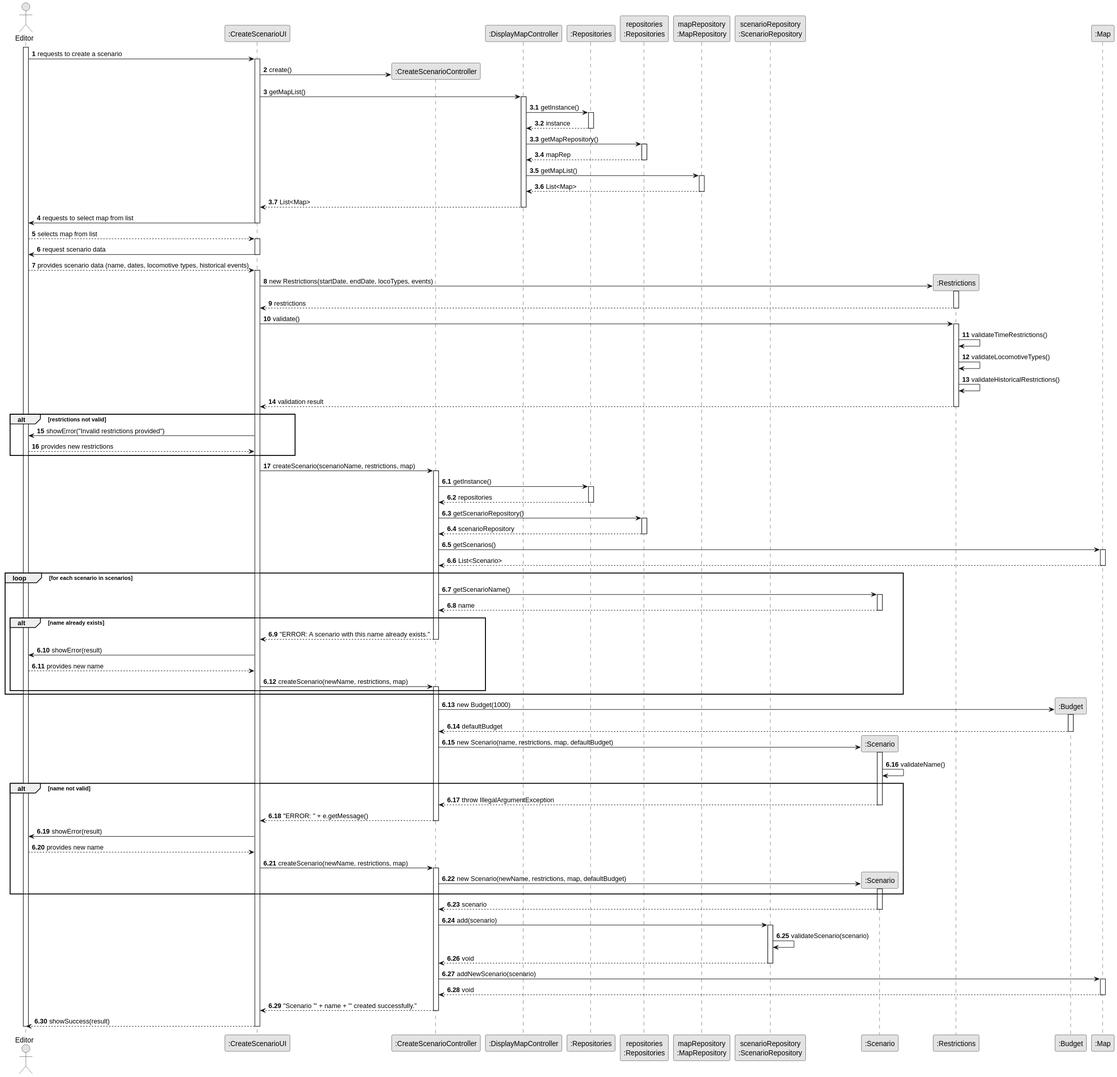
Earlier version of the PlantUML export docs/sprint3/us004/03.design/svg/us004-full-diagram.svg (ivasduarte/all-aboard). The source it was exported from:
```plantuml
@startuml
skinparam monochrome true
skinparam packageStyle rectangle
skinparam shadowing false

autonumber
actor "Editor" as Editor
participant ":CreateScenarioUI" as UI
participant ":CreateScenarioController" as CTRL
participant ":DisplayMapController" as mapCTRL
participant ":Repositories" as reps
participant "repositories\n:Repositories" as PLAT
participant "mapRepository\n:MapRepository" as mapRep
participant "scenarioRepository\n:ScenarioRepository" as Repo
participant ":Scenario" as Scenario
participant ":Restrictions" as Restrictions
participant ":Budget" as Budget
participant ":Map" as Map

activate Editor

Editor -> UI : requests to create a scenario
activate UI

UI -> CTRL** : create()

UI -> mapCTRL : getMapList()
autonumber 3.1
activate mapCTRL
mapCTRL -> reps : getInstance()
activate reps
reps --> mapCTRL : instance
deactivate reps
mapCTRL -> PLAT : getMapRepository()
activate PLAT
PLAT --> mapCTRL : mapRep
deactivate PLAT
mapCTRL -> mapRep : getMapList()
activate mapRep
mapRep --> mapCTRL : List<Map>
deactivate mapRep
mapCTRL --> UI : List<Map>
deactivate mapCTRL

autonumber 4
UI -> Editor : requests to select map from list
deactivate UI
Editor --> UI : selects map from list
activate UI

UI -> Editor : request scenario data
deactivate UI
Editor --> UI : provides scenario data (name, dates, locomotive types, historical events)
activate UI

UI -> Restrictions** : new Restrictions(startDate, endDate, locoTypes, events)
activate Restrictions
Restrictions --> UI : restrictions
deactivate Restrictions

UI -> Restrictions : validate()
activate Restrictions
Restrictions -> Restrictions : validateTimeRestrictions()
Restrictions -> Restrictions : validateLocomotiveTypes()
Restrictions -> Restrictions : validateHistoricalRestrictions()
Restrictions --> UI : validation result
deactivate Restrictions

alt restrictions not valid
    UI -> Editor : showError("Invalid restrictions provided")
    Editor --> UI : provides new restrictions
end

UI -> CTRL : createScenario(scenarioName, restrictions, map)
activate CTRL

autonumber 6.1
CTRL -> reps : getInstance()
activate reps
reps --> CTRL : repositories
deactivate reps

CTRL -> PLAT : getScenarioRepository()
activate PLAT
PLAT --> CTRL : scenarioRepository
deactivate PLAT

CTRL -> Map : getScenarios()
activate Map
Map --> CTRL : List<Scenario>
deactivate Map

loop for each scenario in scenarios
    CTRL -> Scenario : getScenarioName()
    activate Scenario
    Scenario --> CTRL : name
    deactivate Scenario

    alt name already exists
        CTRL --> UI : "ERROR: A scenario with this name already exists."
        deactivate CTRL
        UI -> Editor : showError(result)
        Editor --> UI : provides new name
        UI -> CTRL : createScenario(newName, restrictions, map)
        activate CTRL
    end
end

CTRL -> Budget** : new Budget(1000)
activate Budget
Budget --> CTRL : defaultBudget
deactivate Budget

CTRL -> Scenario** : new Scenario(name, restrictions, map, defaultBudget)
activate Scenario
Scenario -> Scenario : validateName()

alt name not valid
    Scenario --> CTRL : throw IllegalArgumentException
    deactivate Scenario
    CTRL --> UI : "ERROR: " + e.getMessage()
    deactivate CTRL
    UI -> Editor : showError(result)
    Editor --> UI : provides new name
    UI -> CTRL : createScenario(newName, restrictions, map)
    activate CTRL
    CTRL -> Scenario** : new Scenario(newName, restrictions, map, defaultBudget)
    activate Scenario
end

Scenario --> CTRL : scenario
deactivate Scenario

CTRL -> Repo : add(scenario)
activate Repo
Repo -> Repo : validateScenario(scenario)
Repo --> CTRL : void
deactivate Repo

CTRL -> Map : addNewScenario(scenario)
activate Map
Map --> CTRL : void
deactivate Map

CTRL --> UI : "Scenario '" + name + "' created successfully."
deactivate CTRL

UI --> Editor : showSuccess(result)
deactivate UI
deactivate Editor
@enduml
```
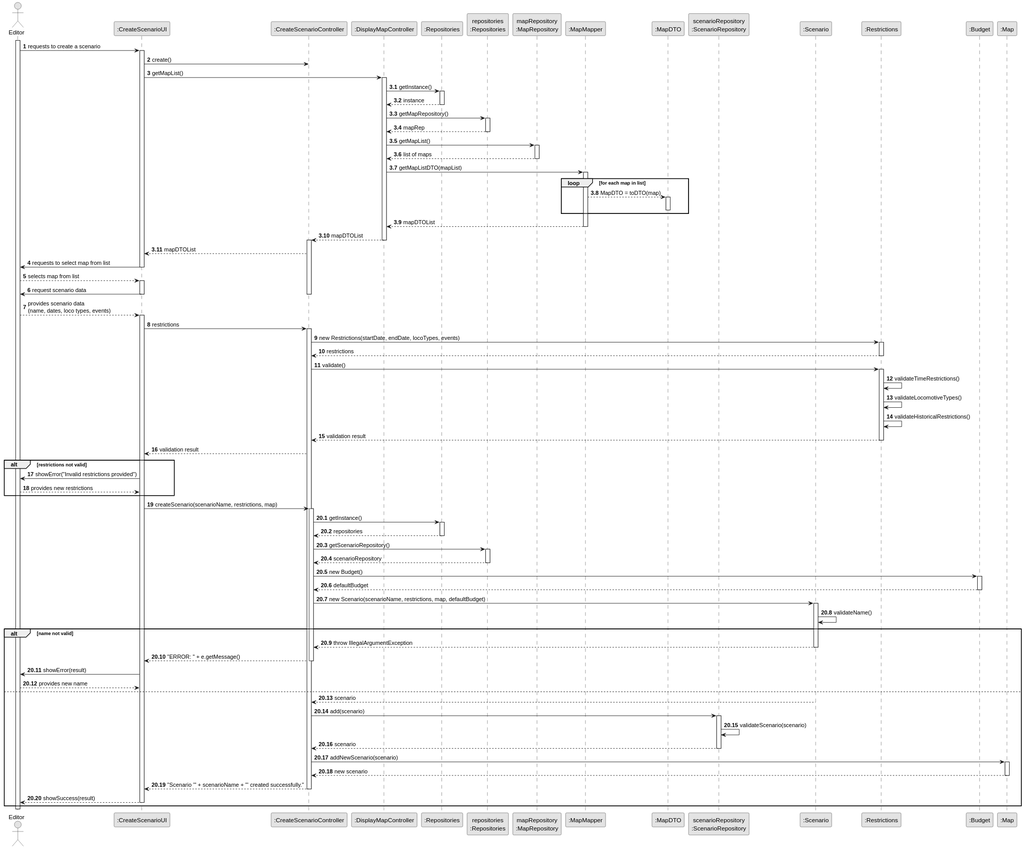
Later version of the same file.

Commit message:
US004(docs): addition of dtos in sequence diagram

What changed in the source:
```diff
@@ -11,6 +11,8 @@
 participant ":Repositories" as reps
 participant "repositories\n:Repositories" as PLAT
 participant "mapRepository\n:MapRepository" as mapRep
+participant ":MapMapper" as mapper
+participant ":MapDTO" as dto
 participant "scenarioRepository\n:ScenarioRepository" as Repo
 participant ":Scenario" as Scenario
 participant ":Restrictions" as Restrictions
@@ -18,11 +20,10 @@
 participant ":Map" as Map
 
 activate Editor
-
 Editor -> UI : requests to create a scenario
 activate UI
 
-UI -> CTRL** : create()
+UI -> CTRL : create()
 
 UI -> mapCTRL : getMapList()
 autonumber 3.1
@@ -37,10 +38,23 @@
 deactivate PLAT
 mapCTRL -> mapRep : getMapList()
 activate mapRep
-mapRep --> mapCTRL : List<Map>
+mapRep --> mapCTRL : list of maps
 deactivate mapRep
-mapCTRL --> UI : List<Map>
+
+mapCTRL -> mapper : getMapListDTO(mapList)
+activate mapper
+loop for each map in list
+    mapper --> dto : MapDTO = toDTO(map)
+    activate dto
+    deactivate dto
+end
+mapper --> mapCTRL : mapDTOList
+deactivate mapper
+
+mapCTRL --> CTRL : mapDTOList
 deactivate mapCTRL
+activate CTRL
+CTRL --> UI : mapDTOList
 
 autonumber 4
 UI -> Editor : requests to select map from list
@@ -49,22 +63,27 @@
 activate UI
 
 UI -> Editor : request scenario data
+deactivate CTRL
 deactivate UI
-Editor --> UI : provides scenario data (name, dates, locomotive types, historical events)
+Editor --> UI : provides scenario data\n(name, dates, loco types, events)
 activate UI
 
-UI -> Restrictions** : new Restrictions(startDate, endDate, locoTypes, events)
+UI -> CTRL : restrictions
+activate CTRL
+CTRL -> Restrictions : new Restrictions(startDate, endDate, locoTypes, events)
 activate Restrictions
-Restrictions --> UI : restrictions
+Restrictions --> CTRL : restrictions
 deactivate Restrictions
 
-UI -> Restrictions : validate()
+CTRL -> Restrictions : validate()
 activate Restrictions
 Restrictions -> Restrictions : validateTimeRestrictions()
 Restrictions -> Restrictions : validateLocomotiveTypes()
 Restrictions -> Restrictions : validateHistoricalRestrictions()
-Restrictions --> UI : validation result
+Restrictions --> CTRL : validation result
 deactivate Restrictions
+
+CTRL --> UI : validation result
 
 alt restrictions not valid
     UI -> Editor : showError("Invalid restrictions provided")
@@ -74,7 +93,7 @@
 UI -> CTRL : createScenario(scenarioName, restrictions, map)
 activate CTRL
 
-autonumber 6.1
+autonumber 20.1
 CTRL -> reps : getInstance()
 activate reps
 reps --> CTRL : repositories
@@ -85,36 +104,15 @@
 PLAT --> CTRL : scenarioRepository
 deactivate PLAT
 
-CTRL -> Map : getScenarios()
-activate Map
-Map --> CTRL : List<Scenario>
-deactivate Map
 
-loop for each scenario in scenarios
-    CTRL -> Scenario : getScenarioName()
-    activate Scenario
-    Scenario --> CTRL : name
-    deactivate Scenario
-
-    alt name already exists
-        CTRL --> UI : "ERROR: A scenario with this name already exists."
-        deactivate CTRL
-        UI -> Editor : showError(result)
-        Editor --> UI : provides new name
-        UI -> CTRL : createScenario(newName, restrictions, map)
-        activate CTRL
-    end
-end
-
-CTRL -> Budget** : new Budget(1000)
+CTRL -> Budget : new Budget()
 activate Budget
 Budget --> CTRL : defaultBudget
 deactivate Budget
 
-CTRL -> Scenario** : new Scenario(name, restrictions, map, defaultBudget)
+CTRL -> Scenario : new Scenario(scenarioName, restrictions, map, defaultBudget)
 activate Scenario
 Scenario -> Scenario : validateName()
-
 alt name not valid
     Scenario --> CTRL : throw IllegalArgumentException
     deactivate Scenario
@@ -122,30 +120,27 @@
     deactivate CTRL
     UI -> Editor : showError(result)
     Editor --> UI : provides new name
-    UI -> CTRL : createScenario(newName, restrictions, map)
-    activate CTRL
-    CTRL -> Scenario** : new Scenario(newName, restrictions, map, defaultBudget)
-    activate Scenario
+else
+    Scenario --> CTRL : scenario
+    deactivate Scenario
+
+    CTRL -> Repo : add(scenario)
+    activate Repo
+    Repo -> Repo : validateScenario(scenario)
+    Repo --> CTRL : scenario
+    deactivate Repo
+
+    CTRL -> Map : addNewScenario(scenario)
+    activate Map
+    Map --> CTRL : new scenario
+    deactivate Map
+
+    CTRL --> UI : "Scenario '" + scenarioName + "' created successfully."
+    deactivate CTRL
+
+    UI --> Editor : showSuccess(result)
+    deactivate UI
 end
 
-Scenario --> CTRL : scenario
-deactivate Scenario
-
-CTRL -> Repo : add(scenario)
-activate Repo
-Repo -> Repo : validateScenario(scenario)
-Repo --> CTRL : void
-deactivate Repo
-
-CTRL -> Map : addNewScenario(scenario)
-activate Map
-Map --> CTRL : void
-deactivate Map
-
-CTRL --> UI : "Scenario '" + name + "' created successfully."
-deactivate CTRL
-
-UI --> Editor : showSuccess(result)
-deactivate UI
 deactivate Editor
 @enduml
```
